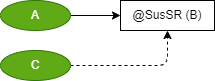
This is Language/png/IF5.dio.png from DualsoftDev/ds, a draw.io export, as it was before one commit. Source tidied: cells renumbered, new cells last; positions are measured from the earlier drawing's top-left corner, leaving out a move shared by most shapes.
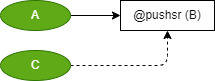
After the commit.

What changed in the source:
```diff
@@ -11,7 +11,7 @@
     <mxCell id="4" value="C" style="ellipse;whiteSpace=wrap;html=1;fillColor=#60a917;fontColor=#ffffff;strokeColor=#2D7600;" parent="1" vertex="1">
       <mxGeometry y="50" width="70" height="30" as="geometry" />
     </mxCell>
-    <mxCell id="5" value="@SusSR (B)" style="rounded=0;whiteSpace=wrap;html=1;" parent="1" vertex="1">
+    <mxCell id="5" value="@pushsr (B)" style="rounded=0;whiteSpace=wrap;html=1;" parent="1" vertex="1">
       <mxGeometry x="120" width="94" height="30" as="geometry" />
     </mxCell>
     <mxCell id="6" value="A" style="ellipse;whiteSpace=wrap;html=1;fillColor=#60a917;fontColor=#ffffff;strokeColor=#2D7600;" parent="1" vertex="1">
```
